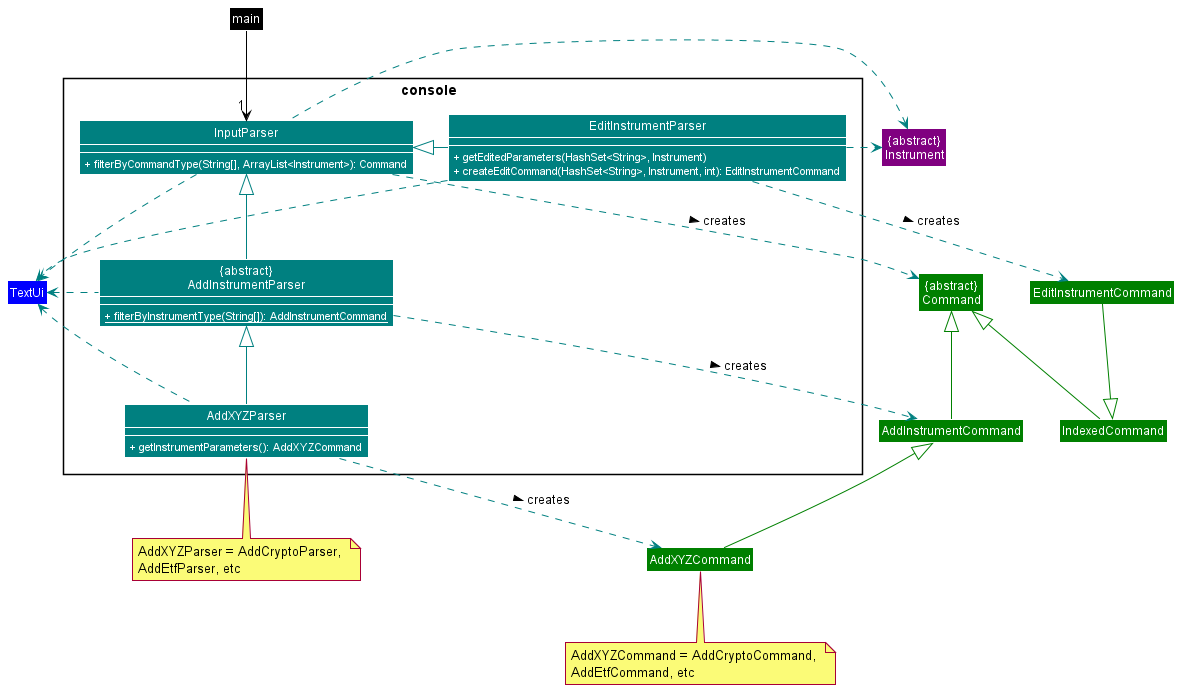
Above: docs/images/ConsoleDiagram.png in williamlamjy/mTracker (PlantUML), before the change.
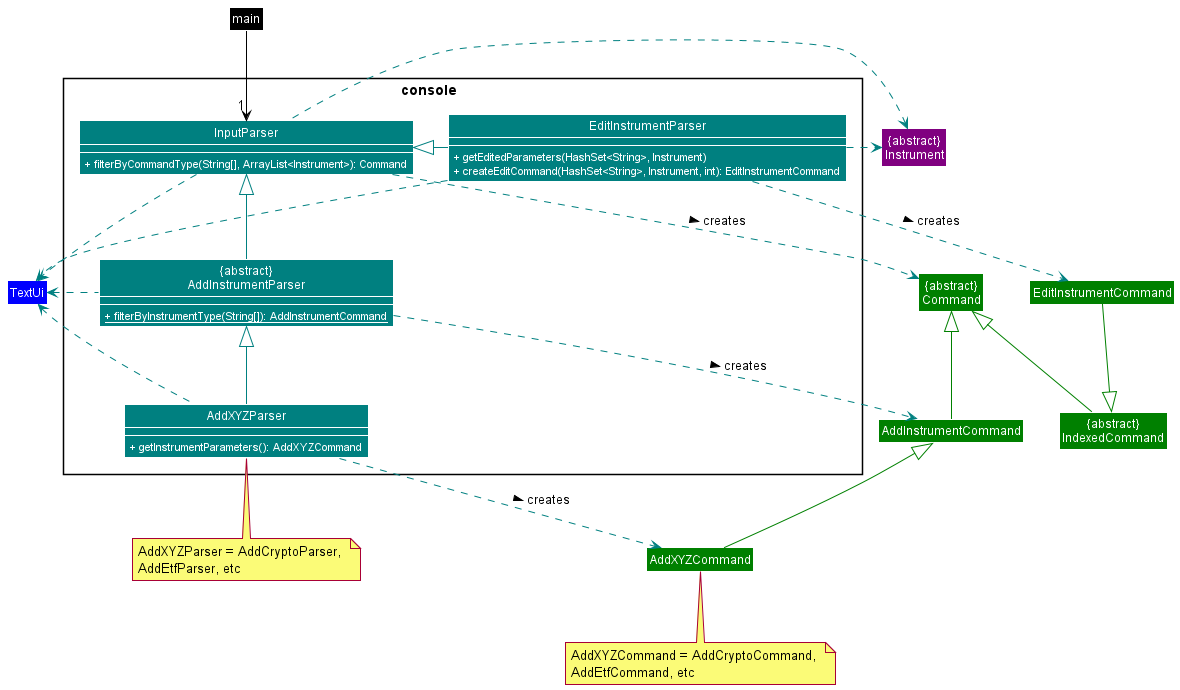
After the commit.

Commit message:
Make indexedcommands abstract on diagram

What changed in the source:
```diff
@@ -28,7 +28,7 @@
 Class AddInstrumentCommand COLOR_COMMANDS
 Class AddXYZCommand COLOR_COMMANDS
 Class EditInstrumentCommand COLOR_COMMANDS
-Class IndexedCommand COLOR_COMMANDS
+Class "{abstract}\nIndexedCommand" as IndexedCommand COLOR_COMMANDS
 Class TextUi COLOR_UI
 Class "{abstract}\nInstrument" as Instrument COLOR_MODEL
 
```
